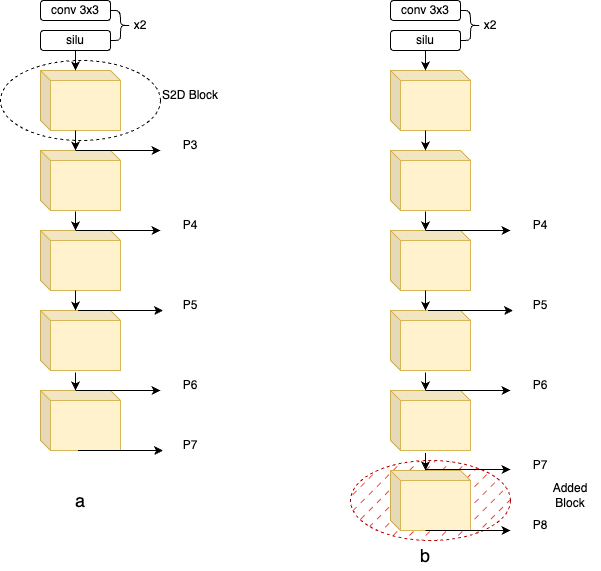
Earlier version of the draw.io export s2d backbone.png (johnran103/diagrams). Source tidied: cells renumbered, new cells last; positions are measured from the earlier drawing's top-left corner, leaving out a move shared by most shapes.
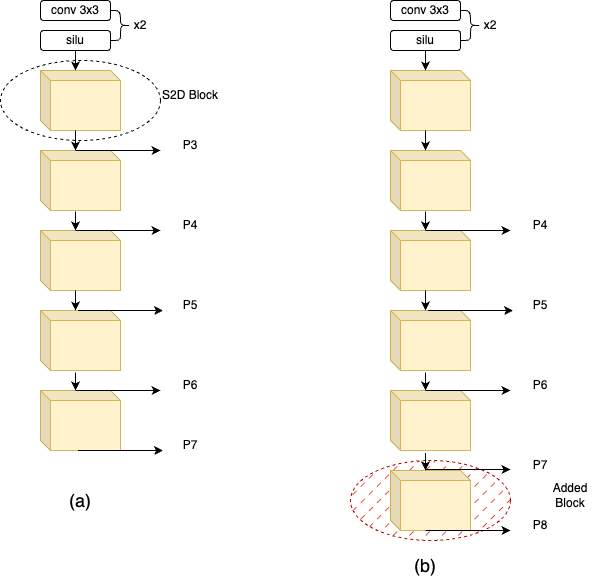
The same diagram one commit later.

Diff of the diagram source:
```diff
@@ -57,7 +57,7 @@
     <mxCell id="18" value="S2D Block" style="text;html=1;strokeColor=none;fillColor=none;align=center;verticalAlign=middle;whiteSpace=wrap;rounded=0;" parent="1" vertex="1">
       <mxGeometry x="160" y="80" width="60" height="30" as="geometry" />
     </mxCell>
-    <mxCell id="19" value="&lt;font style=&quot;font-size: 18px;&quot;&gt;a&lt;/font&gt;" style="text;html=1;strokeColor=none;fillColor=none;align=center;verticalAlign=middle;whiteSpace=wrap;rounded=0;" parent="1" vertex="1">
+    <mxCell id="19" value="&lt;font style=&quot;font-size: 18px;&quot;&gt;(a)&lt;/font&gt;" style="text;html=1;strokeColor=none;fillColor=none;align=center;verticalAlign=middle;whiteSpace=wrap;rounded=0;" parent="1" vertex="1">
       <mxGeometry x="50" y="485" width="60" height="30" as="geometry" />
     </mxCell>
     <mxCell id="20" style="endArrow=classic;html=1;rounded=0;exitX=0;exitY=0;exitDx=35;exitDy=0;exitPerimeter=0;" parent="1" edge="1" source="9">
@@ -201,8 +201,8 @@
     <mxCell id="55" value="P8" style="text;html=1;strokeColor=none;fillColor=none;align=center;verticalAlign=middle;whiteSpace=wrap;rounded=0;" parent="1" vertex="1">
       <mxGeometry x="510" y="510" width="60" height="30" as="geometry" />
     </mxCell>
-    <mxCell id="56" value="&lt;font style=&quot;font-size: 18px;&quot;&gt;b&lt;/font&gt;" style="text;html=1;strokeColor=none;fillColor=none;align=center;verticalAlign=middle;whiteSpace=wrap;rounded=0;" parent="1" vertex="1">
-      <mxGeometry x="395" y="540" width="60" height="30" as="geometry" />
+    <mxCell id="56" value="&lt;font style=&quot;font-size: 18px;&quot;&gt;(b)&lt;/font&gt;" style="text;html=1;strokeColor=none;fillColor=none;align=center;verticalAlign=middle;whiteSpace=wrap;rounded=0;" parent="1" vertex="1">
+      <mxGeometry x="395" y="550" width="60" height="30" as="geometry" />
     </mxCell>
     <mxCell id="57" value="Added Block" style="text;html=1;strokeColor=none;fillColor=none;align=center;verticalAlign=middle;whiteSpace=wrap;rounded=0;" parent="1" vertex="1">
       <mxGeometry x="540" y="480" width="60" height="30" as="geometry" />
```
